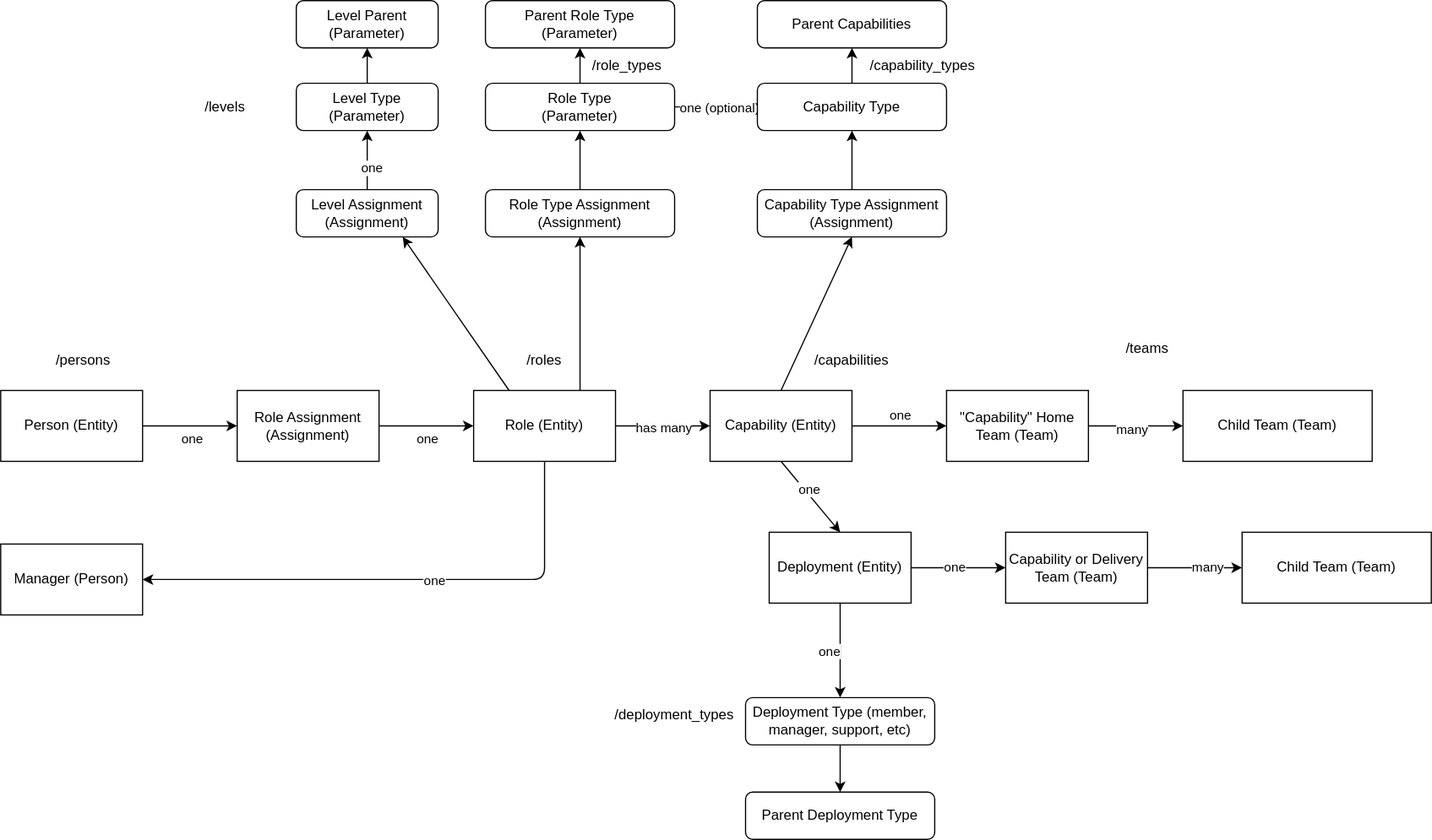
The draw.io diagram docs/data-v4.drawio.svg in jdotw/swamp, before a commit. Source tidied: cells renumbered, new cells last; positions are measured from the earlier drawing's top-left corner, leaving out a move shared by most shapes.
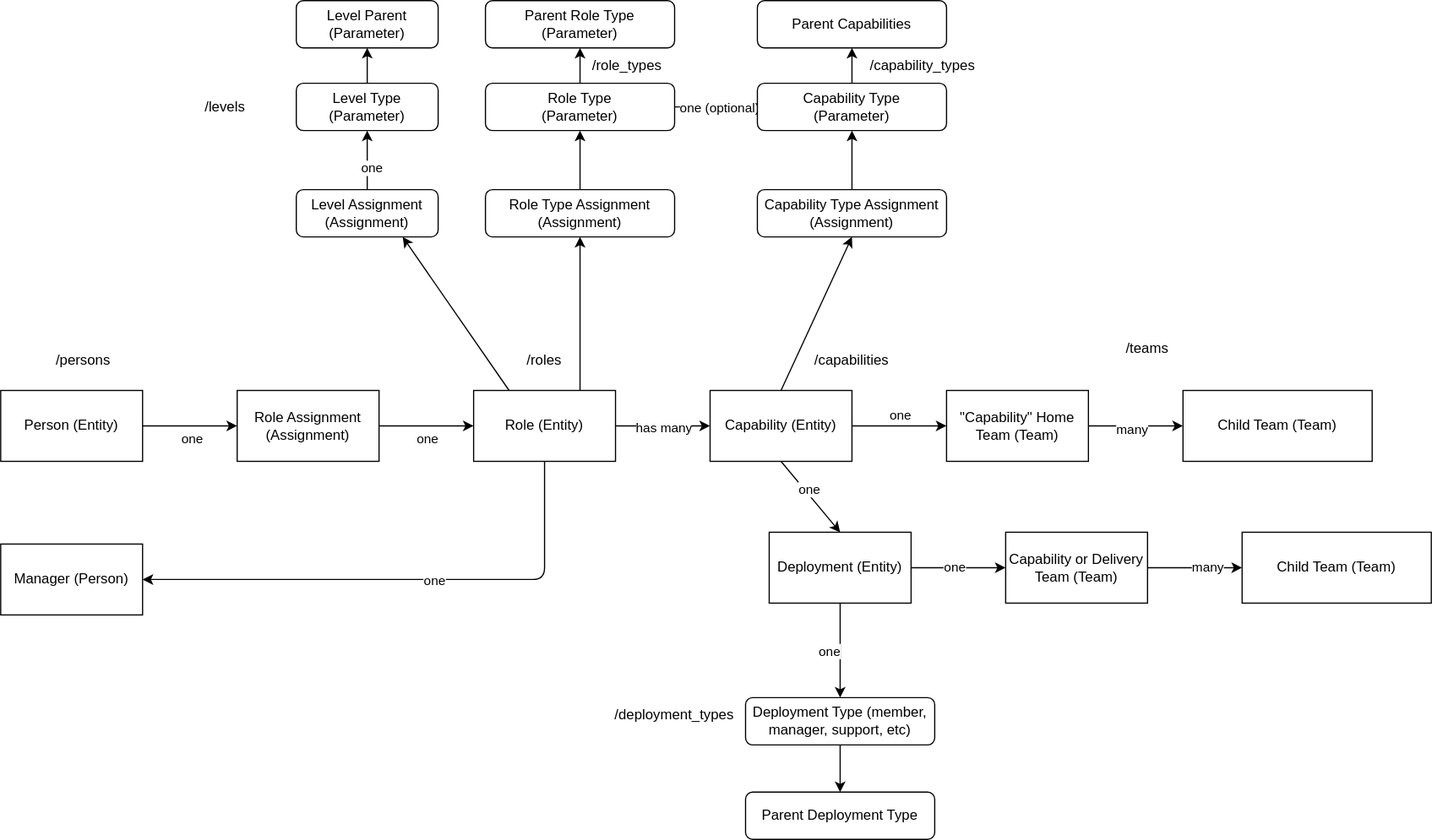
After the change.

What changed in the source:
```diff
@@ -158,7 +158,7 @@
     <mxCell id="47" style="edgeStyle=none;html=1;exitX=0.5;exitY=0;exitDx=0;exitDy=0;entryX=0.5;entryY=1;entryDx=0;entryDy=0;" parent="1" edge="1" source="48" target="49">
       <mxGeometry relative="1" as="geometry" />
     </mxCell>
-    <mxCell id="48" value="Capability Type" style="rounded=1;whiteSpace=wrap;html=1;" parent="1" vertex="1">
+    <mxCell id="48" value="Capability Type&lt;br&gt;(Parameter)" style="rounded=1;whiteSpace=wrap;html=1;" parent="1" vertex="1">
       <mxGeometry x="640" y="70" width="160" height="40" as="geometry" />
     </mxCell>
     <mxCell id="49" value="Parent Capabilities" style="rounded=1;whiteSpace=wrap;html=1;" parent="1" vertex="1">
```
